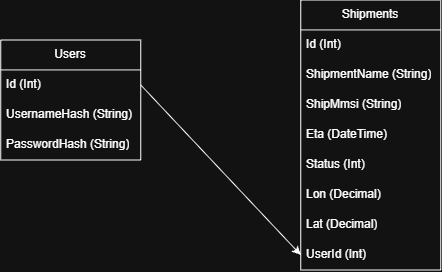
Timanttiso/ShipmentTracking keeps this draw.io diagram as Documentation/Charts/ShipmentTrackingDB.drawio.png. Above is the earlier version. Source tidied: cells renumbered, new cells last; positions are measured from the earlier drawing's top-left corner, leaving out a move shared by most shapes.
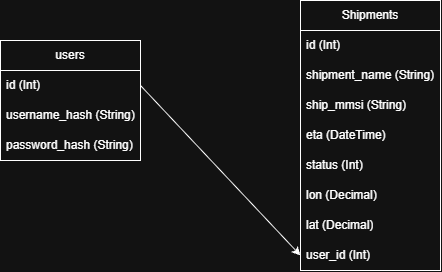
The same diagram one commit later.

Commit message:
Updated chart image with better table names

What changed in the source:
```diff
@@ -5,40 +5,40 @@
     <mxCell id="2" value="Shipments" style="swimlane;fontStyle=0;horizontal=1;startSize=30;whiteSpace=wrap;html=1;" parent="1" vertex="1">
       <mxGeometry x="300" width="140" height="270" as="geometry" />
     </mxCell>
-    <mxCell id="3" value="Id (Int)" style="text;strokeColor=none;fillColor=none;align=left;verticalAlign=middle;spacingLeft=4;spacingRight=4;overflow=hidden;whiteSpace=wrap;html=1;" parent="2" vertex="1">
+    <mxCell id="3" value="id (Int)" style="text;strokeColor=none;fillColor=none;align=left;verticalAlign=middle;spacingLeft=4;spacingRight=4;overflow=hidden;whiteSpace=wrap;html=1;" parent="2" vertex="1">
       <mxGeometry y="30" width="140" height="30" as="geometry" />
     </mxCell>
-    <mxCell id="4" value="ShipmentName (String)" style="text;strokeColor=none;fillColor=none;align=left;verticalAlign=middle;spacingLeft=4;spacingRight=4;overflow=hidden;whiteSpace=wrap;html=1;" parent="2" vertex="1">
+    <mxCell id="4" value="shipment_name (String)" style="text;strokeColor=none;fillColor=none;align=left;verticalAlign=middle;spacingLeft=4;spacingRight=4;overflow=hidden;whiteSpace=wrap;html=1;" parent="2" vertex="1">
       <mxGeometry y="60" width="140" height="30" as="geometry" />
     </mxCell>
-    <mxCell id="5" value="ShipMmsi (String)" style="text;strokeColor=none;fillColor=none;align=left;verticalAlign=middle;spacingLeft=4;spacingRight=4;overflow=hidden;whiteSpace=wrap;html=1;" parent="2" vertex="1">
+    <mxCell id="5" value="ship_mmsi (String)" style="text;strokeColor=none;fillColor=none;align=left;verticalAlign=middle;spacingLeft=4;spacingRight=4;overflow=hidden;whiteSpace=wrap;html=1;" parent="2" vertex="1">
       <mxGeometry y="90" width="140" height="30" as="geometry" />
     </mxCell>
-    <mxCell id="6" value="Eta (DateTime)" style="text;strokeColor=none;fillColor=none;align=left;verticalAlign=middle;spacingLeft=4;spacingRight=4;overflow=hidden;whiteSpace=wrap;html=1;" parent="2" vertex="1">
+    <mxCell id="6" value="eta (DateTime)" style="text;strokeColor=none;fillColor=none;align=left;verticalAlign=middle;spacingLeft=4;spacingRight=4;overflow=hidden;whiteSpace=wrap;html=1;" parent="2" vertex="1">
       <mxGeometry y="120" width="140" height="30" as="geometry" />
     </mxCell>
-    <mxCell id="7" value="Status (Int)" style="text;strokeColor=none;fillColor=none;align=left;verticalAlign=middle;spacingLeft=4;spacingRight=4;overflow=hidden;whiteSpace=wrap;html=1;" parent="2" vertex="1">
+    <mxCell id="7" value="status (Int)" style="text;strokeColor=none;fillColor=none;align=left;verticalAlign=middle;spacingLeft=4;spacingRight=4;overflow=hidden;whiteSpace=wrap;html=1;" parent="2" vertex="1">
       <mxGeometry y="150" width="140" height="30" as="geometry" />
     </mxCell>
-    <mxCell id="8" value="Lon (Decimal)" style="text;strokeColor=none;fillColor=none;align=left;verticalAlign=middle;spacingLeft=4;spacingRight=4;overflow=hidden;whiteSpace=wrap;html=1;" parent="2" vertex="1">
+    <mxCell id="8" value="lon (Decimal)" style="text;strokeColor=none;fillColor=none;align=left;verticalAlign=middle;spacingLeft=4;spacingRight=4;overflow=hidden;whiteSpace=wrap;html=1;" parent="2" vertex="1">
       <mxGeometry y="180" width="140" height="30" as="geometry" />
     </mxCell>
-    <mxCell id="9" value="Lat (Decimal)" style="text;strokeColor=none;fillColor=none;align=left;verticalAlign=middle;spacingLeft=4;spacingRight=4;overflow=hidden;whiteSpace=wrap;html=1;" parent="2" vertex="1">
+    <mxCell id="9" value="lat (Decimal)" style="text;strokeColor=none;fillColor=none;align=left;verticalAlign=middle;spacingLeft=4;spacingRight=4;overflow=hidden;whiteSpace=wrap;html=1;" parent="2" vertex="1">
       <mxGeometry y="210" width="140" height="30" as="geometry" />
     </mxCell>
-    <mxCell id="10" value="UserId (Int)" style="text;strokeColor=none;fillColor=none;align=left;verticalAlign=middle;spacingLeft=4;spacingRight=4;overflow=hidden;points=[[0,0.5],[1,0.5]];portConstraint=eastwest;whiteSpace=wrap;html=1;" parent="2" vertex="1">
+    <mxCell id="10" value="user_id (Int)" style="text;strokeColor=none;fillColor=none;align=left;verticalAlign=middle;spacingLeft=4;spacingRight=4;overflow=hidden;points=[[0,0.5],[1,0.5]];portConstraint=eastwest;whiteSpace=wrap;html=1;" parent="2" vertex="1">
       <mxGeometry y="240" width="140" height="30" as="geometry" />
     </mxCell>
-    <mxCell id="11" value="Users" style="swimlane;fontStyle=0;horizontal=1;startSize=30;whiteSpace=wrap;html=1;" parent="1" vertex="1">
+    <mxCell id="11" value="users" style="swimlane;fontStyle=0;horizontal=1;startSize=30;whiteSpace=wrap;html=1;" parent="1" vertex="1">
       <mxGeometry y="40" width="140" height="120" as="geometry" />
     </mxCell>
-    <mxCell id="12" value="Id (Int)" style="text;strokeColor=none;fillColor=none;align=left;verticalAlign=middle;spacingLeft=4;spacingRight=4;overflow=hidden;points=[[0,0.5],[1,0.5]];portConstraint=eastwest;whiteSpace=wrap;html=1;" parent="11" vertex="1">
+    <mxCell id="12" value="id (Int)" style="text;strokeColor=none;fillColor=none;align=left;verticalAlign=middle;spacingLeft=4;spacingRight=4;overflow=hidden;points=[[0,0.5],[1,0.5]];portConstraint=eastwest;whiteSpace=wrap;html=1;" parent="11" vertex="1">
       <mxGeometry y="30" width="140" height="30" as="geometry" />
     </mxCell>
-    <mxCell id="13" value="UsernameHash (String)" style="text;strokeColor=none;fillColor=none;align=left;verticalAlign=middle;spacingLeft=4;spacingRight=4;overflow=hidden;whiteSpace=wrap;html=1;" parent="11" vertex="1">
+    <mxCell id="13" value="username_hash (String)" style="text;strokeColor=none;fillColor=none;align=left;verticalAlign=middle;spacingLeft=4;spacingRight=4;overflow=hidden;whiteSpace=wrap;html=1;" parent="11" vertex="1">
       <mxGeometry y="60" width="140" height="30" as="geometry" />
     </mxCell>
-    <mxCell id="14" value="PasswordHash (String)" style="text;strokeColor=none;fillColor=none;align=left;verticalAlign=middle;spacingLeft=4;spacingRight=4;overflow=hidden;whiteSpace=wrap;html=1;" parent="11" vertex="1">
+    <mxCell id="14" value="password_hash (String)" style="text;strokeColor=none;fillColor=none;align=left;verticalAlign=middle;spacingLeft=4;spacingRight=4;overflow=hidden;whiteSpace=wrap;html=1;" parent="11" vertex="1">
       <mxGeometry y="90" width="140" height="30" as="geometry" />
     </mxCell>
     <mxCell id="15" style="endArrow=classic;html=1;rounded=0;entryX=0;entryY=0.5;entryDx=0;entryDy=0;exitX=1;exitY=0.5;exitDx=0;exitDy=0;" parent="1" edge="1" source="12" target="10">
```
